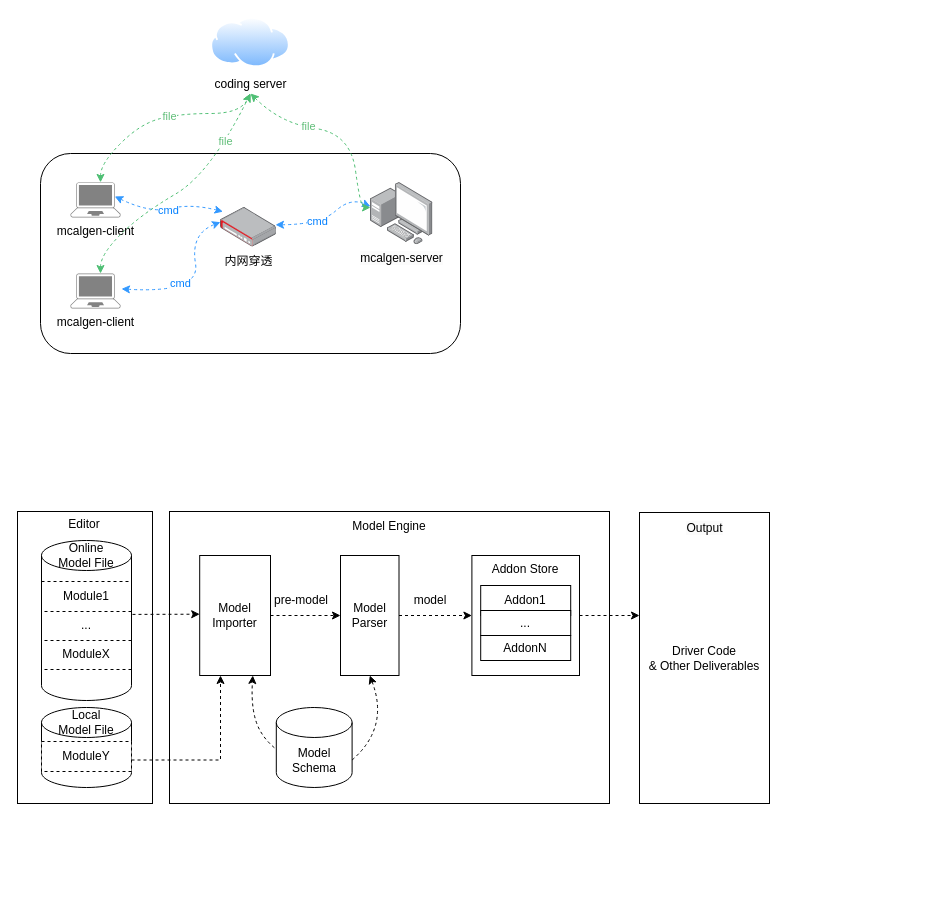
Earlier version of the draw.io diagram page "第 11 页" (11 of 13) of cx3288_sdk.drawio (hehenihao/chart). Source tidied: cells renumbered, new cells numbered last; positions are measured from the earlier drawing's top-left corner, leaving out a move shared by most shapes. Both pictures are drawn from the tidied source at 100%, with x=0, y=0 at pixel (17, 17).
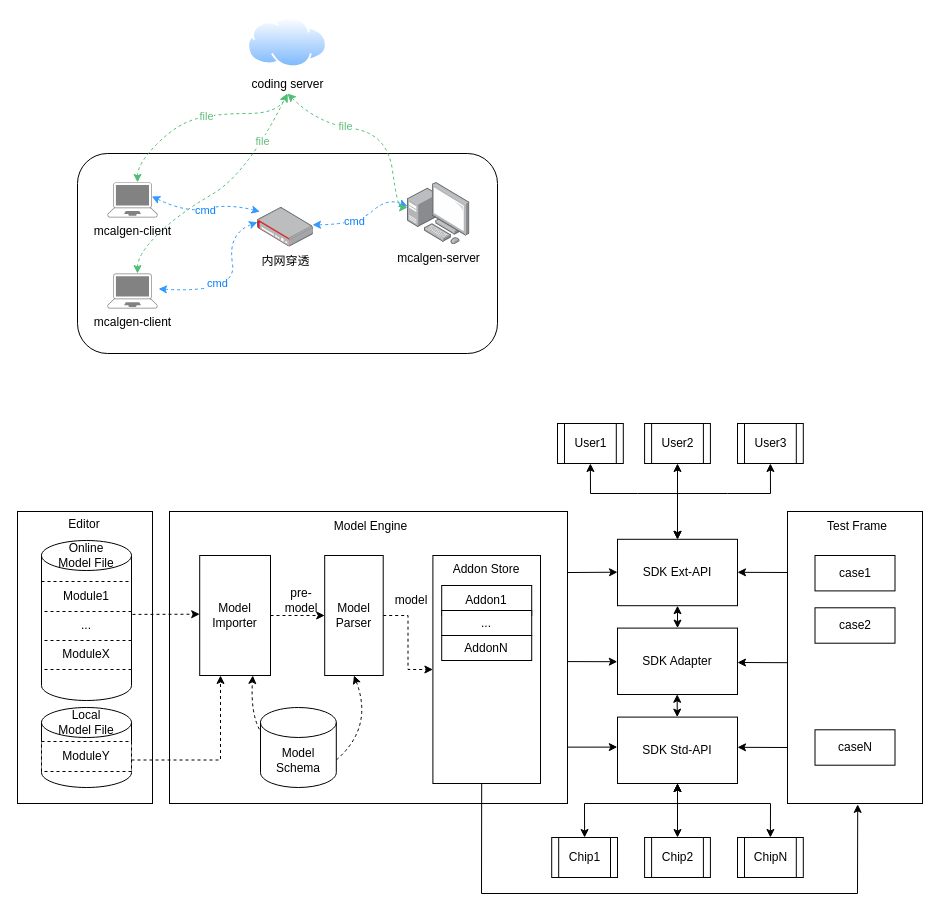
Above is the later version.

Change to the diagram source:
```diff
@@
     <mxCell id="3" style="rounded=0;whiteSpace=wrap;html=1;" parent="1" vertex="1">
-      <mxGeometry x="152" y="494" width="440" height="292" as="geometry" />
+      <mxGeometry x="152" y="494" width="398" height="292" as="geometry" />
     </mxCell>
     <mxCell id="4" style="rounded=1;whiteSpace=wrap;html=1;" parent="1" vertex="1">
-      <mxGeometry x="23" y="136" width="420" height="200" as="geometry" />
+      <mxGeometry x="60" y="136" width="420" height="200" as="geometry" />
     </mxCell>
     <mxCell id="5" value="coding server" style="image;perimeter=ellipsePerimeter;html=1;align=center;shadow=0;dashed=0;spacingTop=3;image=img/lib/active_directory/internet_cloud.svg;" parent="1" vertex="1">
-      <mxGeometry x="193.3" width="79.4" height="50" as="geometry" />
+      <mxGeometry x="230.3" width="79.4" height="50" as="geometry" />
     </mxCell>
     <mxCell id="6" value="&lt;span style=&quot;background-color: rgb(251, 251, 251);&quot;&gt;mcalgen-server&lt;/span&gt;" style="image;html=1;align=center;shadow=0;dashed=0;image=img/lib/allied_telesis/computer_and_terminals/Personal_Computer_with_Server.svg;" parent="1" vertex="1">
-      <mxGeometry x="353" y="164.9" width="62.4" height="62.4" as="geometry" />
+      <mxGeometry x="390" y="164.9" width="62.4" height="62.4" as="geometry" />
     </mxCell>
     <mxCell id="7" value="mcalgen-client" style="points=[[0.13,0.02,0],[0.5,0,0],[0.87,0.02,0],[0.885,0.4,0],[0.985,0.985,0],[0.5,1,0],[0.015,0.985,0],[0.115,0.4,0]];verticalLabelPosition=bottom;sketch=0;html=1;verticalAlign=top;align=center;shape=mxgraph.cisco19.laptop;fillColor=#828282;strokeColor=none;" parent="1" vertex="1">
-      <mxGeometry x="53" y="164.9" width="50" height="35" as="geometry" />
+      <mxGeometry x="90" y="164.9" width="50" height="35" as="geometry" />
     </mxCell>
     <mxCell id="8" value="内网穿透" style="image;points=[];html=1;align=center;shadow=0;dashed=0;image=img/lib/allied_telesis/security/Router_VPN.svg;" parent="1" vertex="1">
-      <mxGeometry x="203" y="190" width="55.8" height="39.6" as="geometry" />
+      <mxGeometry x="240" y="190" width="55.8" height="39.6" as="geometry" />
     </mxCell>
     <mxCell id="9" style="curved=1;endArrow=classic;html=1;rounded=0;exitX=1.02;exitY=0.476;exitDx=0;exitDy=0;exitPerimeter=0;endFill=1;startArrow=classic;startFill=1;dashed=1;strokeColor=#3399FF;" parent="1" edge="1">
       <mxGeometry relative="1" as="geometry">
-        <mxPoint x="104" y="271.4" as="sourcePoint" />
-        <mxPoint x="203" y="204.7" as="targetPoint" />
+        <mxPoint x="141" y="271.4" as="sourcePoint" />
+        <mxPoint x="240" y="204.7" as="targetPoint" />
         <Array as="points">
-          <mxPoint x="183" y="276" />
-          <mxPoint x="173" y="216" />
+          <mxPoint x="220" y="276" />
+          <mxPoint x="210" y="216" />
         </Array>
       </mxGeometry>
     </mxCell>
@@
     <mxCell id="11" style="curved=1;endArrow=classic;html=1;rounded=0;exitX=1.02;exitY=0.476;exitDx=0;exitDy=0;exitPerimeter=0;endFill=1;startArrow=classic;startFill=1;dashed=1;strokeColor=#3399FF;" parent="1" edge="1">
       <mxGeometry relative="1" as="geometry">
-        <mxPoint x="258" y="207.3" as="sourcePoint" />
-        <mxPoint x="353" y="189" as="targetPoint" />
+        <mxPoint x="295" y="207.3" as="sourcePoint" />
+        <mxPoint x="390" y="189" as="targetPoint" />
         <Array as="points">
-          <mxPoint x="303" y="207" />
-          <mxPoint x="333" y="180" />
+          <mxPoint x="340" y="207" />
+          <mxPoint x="370" y="180" />
         </Array>
       </mxGeometry>
     </mxCell>
@@
     <mxCell id="13" style="curved=1;endArrow=classic;html=1;rounded=0;exitX=0.885;exitY=0.4;exitDx=0;exitDy=0;exitPerimeter=0;endFill=1;startArrow=classic;startFill=1;dashed=1;entryX=0.044;entryY=0.104;entryDx=0;entryDy=0;entryPerimeter=0;strokeColor=#3399FF;" parent="1" edge="1" source="7" target="8">
       <mxGeometry relative="1" as="geometry">
         <Array as="points">
-          <mxPoint x="133" y="196" />
-          <mxPoint x="173" y="186" />
+          <mxPoint x="170" y="196" />
+          <mxPoint x="210" y="186" />
         </Array>
       </mxGeometry>
     </mxCell>
@@
     <mxCell id="15" value="mcalgen-client" style="verticalLabelPosition=bottom;sketch=0;html=1;verticalAlign=top;align=center;shape=mxgraph.cisco19.laptop;fillColor=#828282;strokeColor=none;" parent="1" vertex="1">
-      <mxGeometry x="53" y="256" width="50" height="35" as="geometry" />
+      <mxGeometry x="90" y="256" width="50" height="35" as="geometry" />
     </mxCell>
     <mxCell id="16" style="curved=1;endArrow=classic;html=1;rounded=0;exitX=0.885;exitY=0.4;exitDx=0;exitDy=0;exitPerimeter=0;endFill=1;startArrow=classic;startFill=1;dashed=1;strokeColor=#4fbf74;" parent="1" edge="1">
       <mxGeometry relative="1" as="geometry">
-        <mxPoint x="83" y="164.9" as="sourcePoint" />
-        <mxPoint x="233" y="76" as="targetPoint" />
+        <mxPoint x="120" y="164.9" as="sourcePoint" />
+        <mxPoint x="270" y="76" as="targetPoint" />
         <Array as="points">
-          <mxPoint x="83" y="146" />
-          <mxPoint x="123" y="106" />
-          <mxPoint x="163" y="96" />
-          <mxPoint x="223" y="96" />
+          <mxPoint x="120" y="146" />
+          <mxPoint x="160" y="106" />
+          <mxPoint x="200" y="96" />
+          <mxPoint x="260" y="96" />
         </Array>
       </mxGeometry>
     </mxCell>
@@
     <mxCell id="18" style="curved=1;endArrow=classic;html=1;rounded=0;exitX=0.885;exitY=0.4;exitDx=0;exitDy=0;exitPerimeter=0;endFill=1;startArrow=classic;startFill=1;dashed=1;strokeColor=#4fbf74;" parent="1" edge="1">
       <mxGeometry relative="1" as="geometry">
-        <mxPoint x="83" y="256" as="sourcePoint" />
-        <mxPoint x="233" y="76" as="targetPoint" />
+        <mxPoint x="120" y="256" as="sourcePoint" />
+        <mxPoint x="270" y="76" as="targetPoint" />
         <Array as="points">
-          <mxPoint x="83" y="237.1" />
-          <mxPoint x="123" y="197.1" />
-          <mxPoint x="193" y="156" />
+          <mxPoint x="120" y="237.1" />
+          <mxPoint x="160" y="197.1" />
+          <mxPoint x="230" y="156" />
         </Array>
       </mxGeometry>
     </mxCell>
@@
     <mxCell id="20" style="curved=1;endArrow=classic;html=1;rounded=0;endFill=1;startArrow=classic;startFill=1;dashed=1;strokeColor=#4fbf74;" parent="1" edge="1">
       <mxGeometry relative="1" as="geometry">
-        <mxPoint x="233" y="76" as="sourcePoint" />
-        <mxPoint x="353" y="190" as="targetPoint" />
+        <mxPoint x="270" y="76" as="sourcePoint" />
+        <mxPoint x="390" y="190" as="targetPoint" />
         <Array as="points">
-          <mxPoint x="263" y="106" />
-          <mxPoint x="333" y="116" />
-          <mxPoint x="343" y="190" />
+          <mxPoint x="300" y="106" />
+          <mxPoint x="370" y="116" />
+          <mxPoint x="380" y="190" />
         </Array>
       </mxGeometry>
     </mxCell>
@@
     <mxCell id="24" value="Model Engine" style="text;html=1;align=center;verticalAlign=middle;whiteSpace=wrap;rounded=0;" parent="1" vertex="1">
-      <mxGeometry x="154.1" y="494" width="435.8" height="30" as="geometry" />
+      <mxGeometry x="154.1" y="494" width="398.9" height="30" as="geometry" />
     </mxCell>
@@
     <mxCell id="28" value="Model Parser" style="rounded=0;whiteSpace=wrap;html=1;verticalAlign=middle;" parent="1" vertex="1">
-      <mxGeometry x="323" y="538" width="58.5" height="120" as="geometry" />
+      <mxGeometry x="307.2" y="538" width="58.5" height="120" as="geometry" />
     </mxCell>
@@
-    <mxCell id="30" value="Driver Code&lt;br&gt;&amp;amp; Other Deliverables&lt;br&gt;" style="rounded=0;whiteSpace=wrap;html=1;" parent="1" vertex="1">
-      <mxGeometry x="622" y="495" width="130" height="291" as="geometry" />
-    </mxCell>
     <mxCell id="31" value="Addon Store" style="rounded=0;whiteSpace=wrap;html=1;verticalAlign=top;" parent="1" vertex="1">
-      <mxGeometry x="454.4" y="538" width="107.6" height="120" as="geometry" />
+      <mxGeometry x="415.4" y="538" width="107.6" height="228" as="geometry" />
     </mxCell>
     <mxCell id="32" value="Addon1" style="rounded=0;whiteSpace=wrap;html=1;" parent="1" vertex="1">
-      <mxGeometry x="463.2" y="568" width="90" height="30" as="geometry" />
+      <mxGeometry x="424.2" y="568" width="90" height="30" as="geometry" />
     </mxCell>
     <mxCell id="33" value="..." style="rounded=0;whiteSpace=wrap;html=1;" parent="1" vertex="1">
-      <mxGeometry x="463.2" y="593" width="90" height="25" as="geometry" />
+      <mxGeometry x="424.2" y="593" width="90" height="25" as="geometry" />
     </mxCell>
     <mxCell id="34" value="AddonN" style="rounded=0;whiteSpace=wrap;html=1;" parent="1" vertex="1">
-      <mxGeometry x="463.2" y="618" width="90" height="25" as="geometry" />
+      <mxGeometry x="424.2" y="618" width="90" height="25" as="geometry" />
     </mxCell>
-    <mxCell id="35" style="edgeStyle=orthogonalEdgeStyle;rounded=0;jettySize=auto;html=1;dashed=1;exitX=1;exitY=0.5;exitDx=0;exitDy=0;" parent="1" edge="1" source="31" target="30">
-      <mxGeometry relative="1" as="geometry">
-        <Array as="points">
-          <mxPoint x="613" y="598" />
-          <mxPoint x="613" y="598" />
-        </Array>
-      </mxGeometry>
-    </mxCell>
@@
     <mxCell id="41" style="curved=1;endArrow=classic;html=1;rounded=0;entryX=0.5;entryY=1;entryDx=0;entryDy=0;exitX=1;exitY=0;exitDx=0;exitDy=52.5;exitPerimeter=0;dashed=1;" parent="1" edge="1" source="49" target="28">
       <mxGeometry relative="1" as="geometry">
         <Array as="points">
-          <mxPoint x="372" y="710" />
+          <mxPoint x="356.2" y="710" />
         </Array>
       </mxGeometry>
     </mxCell>
@@
-    <mxCell id="45" value="pre-model" style="text;html=1;align=center;verticalAlign=middle;whiteSpace=wrap;rounded=0;" parent="1" vertex="1">
+    <mxCell id="45" value="pre-&lt;br&gt;model" style="text;html=1;align=center;verticalAlign=middle;whiteSpace=wrap;rounded=0;" parent="1" vertex="1">
       <mxGeometry x="253.8" y="568" width="60" height="30" as="geometry" />
     </mxCell>
     <mxCell id="46" value="model" style="text;html=1;align=center;verticalAlign=middle;whiteSpace=wrap;rounded=0;" parent="1" vertex="1">
-      <mxGeometry x="383" y="568" width="60" height="30" as="geometry" />
+      <mxGeometry x="364.2" y="568" width="60" height="30" as="geometry" />
     </mxCell>
@@
-    <mxCell id="48" value="&lt;span style=&quot;color: rgb(0, 0, 0); font-family: Helvetica; font-size: 12px; font-style: normal; font-variant-ligatures: normal; font-variant-caps: normal; font-weight: 400; letter-spacing: normal; orphans: 2; text-align: center; text-indent: 0px; text-transform: none; widows: 2; word-spacing: 0px; -webkit-text-stroke-width: 0px; white-space: normal; background-color: rgb(251, 251, 251); text-decoration-thickness: initial; text-decoration-style: initial; text-decoration-color: initial; display: inline !important; float: none;&quot;&gt;Output&lt;/span&gt;" style="text;html=1;align=center;verticalAlign=middle;whiteSpace=wrap;rounded=0;" parent="1" vertex="1">
-      <mxGeometry x="622" y="496" width="131" height="30" as="geometry" />
-    </mxCell>
     <mxCell id="49" value="Model Schema" style="shape=cylinder3;whiteSpace=wrap;html=1;boundedLbl=1;backgroundOutline=1;size=15;" parent="1" vertex="1">
-      <mxGeometry x="258.8" y="690" width="75.8" height="80" as="geometry" />
+      <mxGeometry x="243" y="690" width="75.8" height="80" as="geometry" />
     </mxCell>
+    <mxCell id="50" value="SDK Ext-API" style="rounded=0;whiteSpace=wrap;html=1;" parent="1" vertex="1">
+      <mxGeometry x="600" y="521.8" width="120" height="66.4" as="geometry" />
+    </mxCell>
+    <mxCell id="51" style="endArrow=classic;html=1;rounded=0;exitX=1.001;exitY=0.209;exitDx=0;exitDy=0;exitPerimeter=0;" parent="1" edge="1" source="3">
+      <mxGeometry relative="1" as="geometry">
+        <mxPoint x="600" y="554.7" as="targetPoint" />
+      </mxGeometry>
+    </mxCell>
+    <mxCell id="52" style="endArrow=classic;html=1;rounded=0;exitX=1;exitY=0.514;exitDx=0;exitDy=0;exitPerimeter=0;" parent="1" edge="1" source="3">
+      <mxGeometry relative="1" as="geometry">
+        <mxPoint x="599.8" y="644.2" as="targetPoint" />
+      </mxGeometry>
+    </mxCell>
+    <mxCell id="53" style="endArrow=classic;html=1;rounded=0;exitX=1;exitY=0.807;exitDx=0;exitDy=0;exitPerimeter=0;" parent="1" edge="1" source="3">
+      <mxGeometry relative="1" as="geometry">
+        <mxPoint x="599.8" y="729.6" as="targetPoint" />
+      </mxGeometry>
+    </mxCell>
+    <mxCell id="54" value="SDK Adapter" style="rounded=0;whiteSpace=wrap;html=1;" parent="1" vertex="1">
+      <mxGeometry x="600" y="610.6" width="120" height="66.4" as="geometry" />
+    </mxCell>
+    <mxCell id="55" value="SDK Std-API" style="rounded=0;whiteSpace=wrap;html=1;" parent="1" vertex="1">
+      <mxGeometry x="600" y="699.6" width="120" height="66.4" as="geometry" />
+    </mxCell>
+    <mxCell id="56" style="rounded=0;whiteSpace=wrap;html=1;" parent="1" vertex="1">
+      <mxGeometry x="770" y="494" width="135" height="292" as="geometry" />
+    </mxCell>
+    <mxCell id="57" style="endArrow=classic;html=1;rounded=0;entryX=0.52;entryY=1.003;entryDx=0;entryDy=0;entryPerimeter=0;" parent="1" edge="1" target="56">
+      <mxGeometry relative="1" as="geometry">
+        <mxPoint x="464.2" y="766" as="sourcePoint" />
+        <Array as="points">
+          <mxPoint x="464" y="876" />
+          <mxPoint x="840" y="876" />
+        </Array>
+      </mxGeometry>
+    </mxCell>
+    <mxCell id="58" style="endArrow=classic;html=1;rounded=0;exitX=0.002;exitY=0.291;exitDx=0;exitDy=0;exitPerimeter=0;" parent="1" edge="1">
+      <mxGeometry relative="1" as="geometry">
+        <mxPoint x="770.3" y="555" as="sourcePoint" />
+        <mxPoint x="720" y="554.8" as="targetPoint" />
+      </mxGeometry>
+    </mxCell>
+    <mxCell id="59" style="endArrow=classic;html=1;rounded=0;exitX=0.002;exitY=0.291;exitDx=0;exitDy=0;exitPerimeter=0;" parent="1" edge="1">
+      <mxGeometry relative="1" as="geometry">
+        <mxPoint x="770" y="645.2" as="sourcePoint" />
+        <mxPoint x="720" y="645" as="targetPoint" />
+      </mxGeometry>
+    </mxCell>
+    <mxCell id="60" style="endArrow=classic;html=1;rounded=0;exitX=0.002;exitY=0.291;exitDx=0;exitDy=0;exitPerimeter=0;" parent="1" edge="1">
+      <mxGeometry relative="1" as="geometry">
+        <mxPoint x="770" y="730" as="sourcePoint" />
+        <mxPoint x="720" y="729.8" as="targetPoint" />
+      </mxGeometry>
+    </mxCell>
+    <mxCell id="61" value="Chip1" style="shape=process;whiteSpace=wrap;html=1;backgroundOutline=1;" parent="1" vertex="1">
+      <mxGeometry x="534.2" y="820" width="65.8" height="40" as="geometry" />
+    </mxCell>
+    <mxCell id="62" value="Chip2" style="shape=process;whiteSpace=wrap;html=1;backgroundOutline=1;" parent="1" vertex="1">
+      <mxGeometry x="627.1" y="820" width="65.8" height="40" as="geometry" />
+    </mxCell>
+    <mxCell id="63" value="ChipN" style="shape=process;whiteSpace=wrap;html=1;backgroundOutline=1;" parent="1" vertex="1">
+      <mxGeometry x="720" y="820" width="65.8" height="40" as="geometry" />
+    </mxCell>
+    <mxCell id="64" value="Test Frame" style="text;html=1;align=center;verticalAlign=middle;whiteSpace=wrap;rounded=0;" parent="1" vertex="1">
+      <mxGeometry x="770" y="494" width="140" height="30" as="geometry" />
+    </mxCell>
+    <mxCell id="65" style="endArrow=classic;html=1;rounded=0;exitX=0.5;exitY=0;exitDx=0;exitDy=0;startArrow=classic;startFill=1;" parent="1" edge="1" source="61">
+      <mxGeometry relative="1" as="geometry">
+        <mxPoint x="660" y="766" as="targetPoint" />
+        <Array as="points">
+          <mxPoint x="567" y="786" />
+          <mxPoint x="660" y="786" />
+        </Array>
+      </mxGeometry>
+    </mxCell>
+    <mxCell id="66" style="endArrow=classic;html=1;rounded=0;startArrow=classic;startFill=1;" parent="1" edge="1" source="62">
+      <mxGeometry relative="1" as="geometry">
+        <mxPoint x="660" y="766" as="targetPoint" />
+      </mxGeometry>
+    </mxCell>
+    <mxCell id="67" style="endArrow=classic;html=1;rounded=0;exitX=0.5;exitY=0;exitDx=0;exitDy=0;startArrow=classic;startFill=1;" parent="1" edge="1" source="63">
+      <mxGeometry relative="1" as="geometry">
+        <mxPoint x="660" y="766" as="targetPoint" />
+        <Array as="points">
+          <mxPoint x="753" y="786" />
+          <mxPoint x="660" y="786" />
+        </Array>
+      </mxGeometry>
+    </mxCell>
+    <mxCell id="68" style="endArrow=classic;startArrow=classic;html=1;rounded=0;exitX=0.5;exitY=0;exitDx=0;exitDy=0;" parent="1" edge="1" source="54">
+      <mxGeometry relative="1" as="geometry">
+        <mxPoint x="660" y="588.2" as="targetPoint" />
+      </mxGeometry>
+    </mxCell>
+    <mxCell id="69" style="endArrow=classic;startArrow=classic;html=1;rounded=0;exitX=0.5;exitY=0;exitDx=0;exitDy=0;" parent="1" edge="1">
+      <mxGeometry relative="1" as="geometry">
+        <mxPoint x="659.7" y="699.6" as="sourcePoint" />
+        <mxPoint x="659.7" y="676.8" as="targetPoint" />
+      </mxGeometry>
+    </mxCell>
+    <mxCell id="70" value="User2" style="shape=process;whiteSpace=wrap;html=1;backgroundOutline=1;" parent="1" vertex="1">
+      <mxGeometry x="627.1" y="406" width="65.8" height="40" as="geometry" />
+    </mxCell>
+    <mxCell id="71" value="User1" style="shape=process;whiteSpace=wrap;html=1;backgroundOutline=1;" parent="1" vertex="1">
+      <mxGeometry x="540" y="406" width="65.8" height="40" as="geometry" />
+    </mxCell>
+    <mxCell id="72" value="User3" style="shape=process;whiteSpace=wrap;html=1;backgroundOutline=1;" parent="1" vertex="1">
+      <mxGeometry x="720" y="406" width="65.8" height="40" as="geometry" />
+    </mxCell>
+    <mxCell id="73" style="endArrow=classic;startArrow=classic;html=1;rounded=0;exitX=0.5;exitY=0;exitDx=0;exitDy=0;entryX=0.5;entryY=1;entryDx=0;entryDy=0;" parent="1" edge="1" source="50" target="70">
+      <mxGeometry relative="1" as="geometry" />
+    </mxCell>
+    <mxCell id="74" style="endArrow=classic;startArrow=classic;html=1;rounded=0;entryX=0.5;entryY=1;entryDx=0;entryDy=0;exitX=0.5;exitY=0;exitDx=0;exitDy=0;" parent="1" edge="1" source="50" target="71">
+      <mxGeometry relative="1" as="geometry">
+        <Array as="points">
+          <mxPoint x="660" y="476" />
+          <mxPoint x="620" y="476" />
+          <mxPoint x="573" y="476" />
+        </Array>
+      </mxGeometry>
+    </mxCell>
+    <mxCell id="75" style="endArrow=classic;startArrow=classic;html=1;rounded=0;entryX=0.5;entryY=1;entryDx=0;entryDy=0;" parent="1" edge="1" target="72">
+      <mxGeometry relative="1" as="geometry">
+        <mxPoint x="660" y="521.8" as="sourcePoint" />
+        <Array as="points">
+          <mxPoint x="660" y="476" />
+          <mxPoint x="710" y="476" />
+          <mxPoint x="753" y="476" />
+        </Array>
+      </mxGeometry>
+    </mxCell>
+    <mxCell id="76" value="case1" style="rounded=0;whiteSpace=wrap;html=1;" parent="1" vertex="1">
+      <mxGeometry x="797.5" y="538" width="80" height="35.4" as="geometry" />
+    </mxCell>
+    <mxCell id="77" value="case2" style="rounded=0;whiteSpace=wrap;html=1;" parent="1" vertex="1">
+      <mxGeometry x="797.5" y="590.3" width="80" height="35.4" as="geometry" />
+    </mxCell>
+    <mxCell id="78" value="caseN" style="rounded=0;whiteSpace=wrap;html=1;" parent="1" vertex="1">
+      <mxGeometry x="797.5" y="712.3" width="80" height="35.4" as="geometry" />
+    </mxCell>
```
